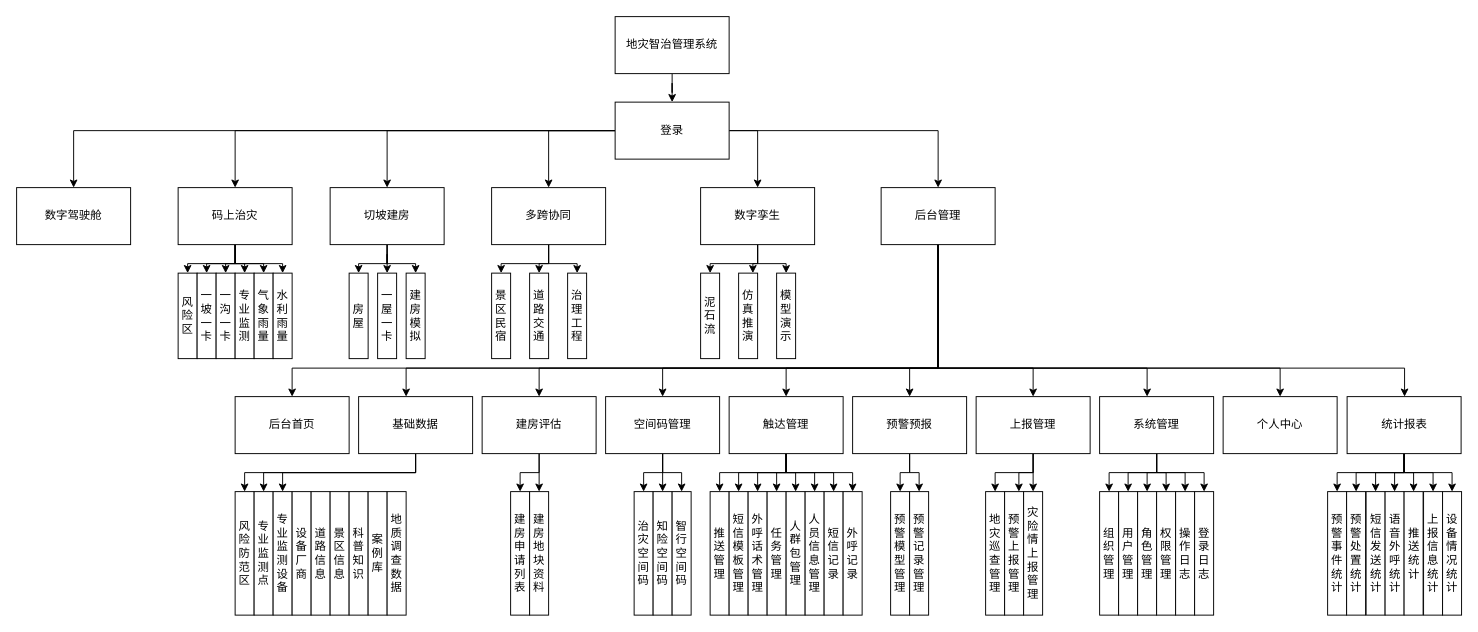
This is 柯城地灾模块结构.drawio from shoacom/docs, a draw.io file, before an edit. Source tidied: cells renumbered, new cells numbered last; positions are measured from the earlier drawing's top-left corner, leaving out a move shared by most shapes. Both pictures are drawn from the tidied source at 95%, with x=0, y=0 at pixel (16, 16).
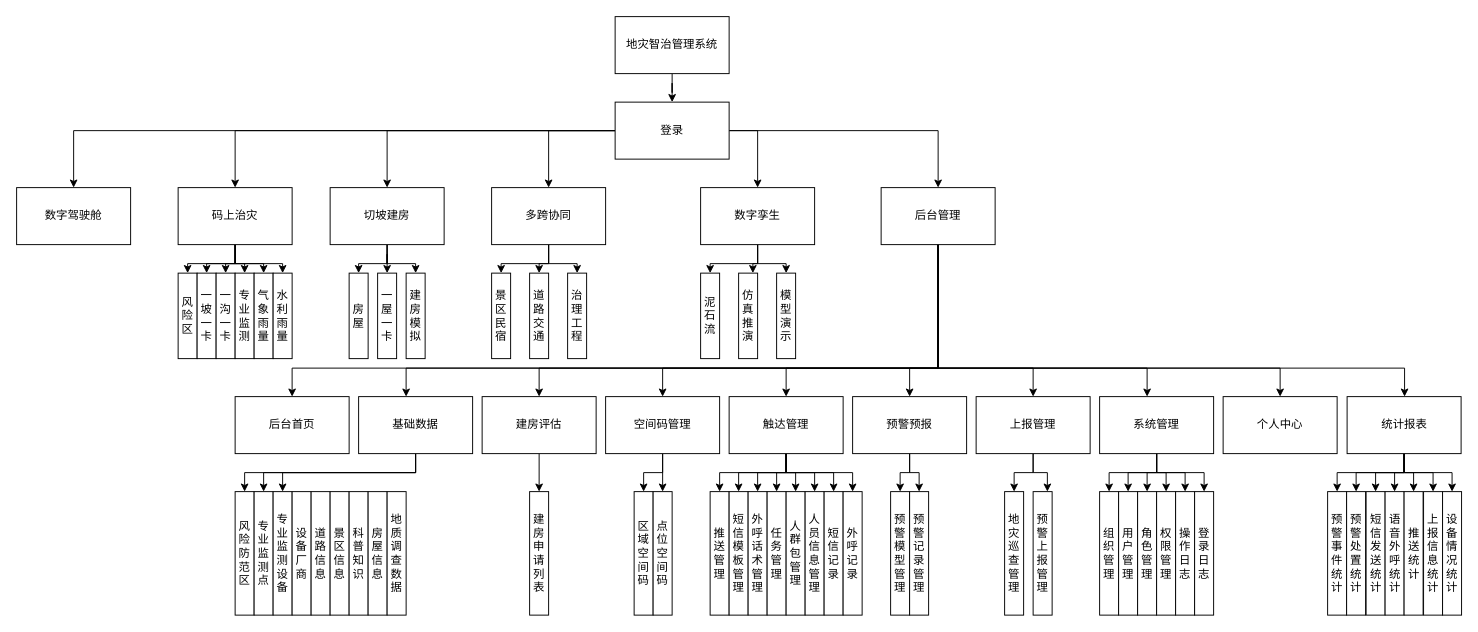
The same diagram, later.

Commit message:
Update 柯城地灾模块结构.drawio

Unchanged cells that the change refers to:
```xml
<mxCell id="49" value="建房评估" style="whiteSpace=wrap;html=1;rounded=0;fillColor=default;strokeColor=default;fontColor=default;" parent="1" vertex="1">
  <mxGeometry x="490" y="400" width="120" height="60" as="geometry" />
</mxCell>
<mxCell id="53" value="空间码管理" style="whiteSpace=wrap;html=1;rounded=0;fillColor=default;strokeColor=default;fontColor=default;" parent="1" vertex="1">
  <mxGeometry x="620" y="400" width="120" height="60" as="geometry" />
</mxCell>
<mxCell id="69" value="上报管理" style="whiteSpace=wrap;html=1;rounded=0;fillColor=default;strokeColor=default;fontColor=default;" parent="1" vertex="1">
  <mxGeometry x="1010" y="400" width="120" height="60" as="geometry" />
</mxCell>
```

What changed in the source:
```diff
@@
-    <mxCell id="48" style="edgeStyle=orthogonalEdgeStyle;rounded=0;jettySize=auto;html=1;labelBackgroundColor=default;fontColor=default;strokeColor=default;" parent="1" edge="1" source="49" target="96">
-      <mxGeometry relative="1" as="geometry" />
-    </mxCell>
@@
-    <mxCell id="52" style="edgeStyle=orthogonalEdgeStyle;rounded=0;jettySize=auto;html=1;labelBackgroundColor=default;fontColor=default;strokeColor=default;exitX=0.5;exitY=1;exitDx=0;exitDy=0;" parent="1" edge="1" source="53" target="99">
-      <mxGeometry relative="1" as="geometry" />
-    </mxCell>
@@
-    <mxCell id="68" style="edgeStyle=orthogonalEdgeStyle;rounded=0;jettySize=auto;html=1;exitX=0.5;exitY=1;exitDx=0;exitDy=0;labelBackgroundColor=default;fontColor=default;strokeColor=default;" parent="1" edge="1" source="69" target="104">
-      <mxGeometry relative="1" as="geometry" />
-    </mxCell>
@@
-    <mxCell id="93" value="案例库" style="whiteSpace=wrap;html=1;rounded=0;fillColor=default;strokeColor=default;fontColor=default;" parent="1" vertex="1">
+    <mxCell id="93" value="房屋信息" style="whiteSpace=wrap;html=1;rounded=0;fillColor=default;strokeColor=default;fontColor=default;" parent="1" vertex="1">
       <mxGeometry x="370" y="500" width="20" height="130" as="geometry" />
     </mxCell>
@@
     <mxCell id="95" value="建房申请列表" style="whiteSpace=wrap;html=1;rounded=0;fillColor=default;strokeColor=default;fontColor=default;" parent="1" vertex="1">
-      <mxGeometry x="520" y="500" width="20" height="130" as="geometry" />
+      <mxGeometry x="540" y="500" width="20" height="130" as="geometry" />
     </mxCell>
-    <mxCell id="96" value="建房地块资料" style="whiteSpace=wrap;html=1;rounded=0;fillColor=default;strokeColor=default;fontColor=default;" parent="1" vertex="1">
-      <mxGeometry x="540" y="500" width="20" height="130" as="geometry" />
-    </mxCell>
-    <mxCell id="97" value="治灾空间码" style="whiteSpace=wrap;html=1;rounded=0;fillColor=default;strokeColor=default;fontColor=default;" parent="1" vertex="1">
+    <mxCell id="97" value="区域空间码" style="whiteSpace=wrap;html=1;rounded=0;fillColor=default;strokeColor=default;fontColor=default;" parent="1" vertex="1">
       <mxGeometry x="650" y="500" width="20" height="130" as="geometry" />
     </mxCell>
-    <mxCell id="98" value="知险空间码" style="whiteSpace=wrap;html=1;rounded=0;fillColor=default;strokeColor=default;fontColor=default;" parent="1" vertex="1">
+    <mxCell id="98" value="点位空间码" style="whiteSpace=wrap;html=1;rounded=0;fillColor=default;strokeColor=default;fontColor=default;" parent="1" vertex="1">
       <mxGeometry x="670" y="500" width="20" height="130" as="geometry" />
     </mxCell>
-    <mxCell id="99" value="智行空间码" style="whiteSpace=wrap;html=1;rounded=0;fillColor=default;strokeColor=default;fontColor=default;" parent="1" vertex="1">
-      <mxGeometry x="690" y="500" width="20" height="130" as="geometry" />
-    </mxCell>
@@
     <mxCell id="102" value="地灾巡查管理" style="whiteSpace=wrap;html=1;rounded=0;fillColor=default;strokeColor=default;fontColor=default;" parent="1" vertex="1">
-      <mxGeometry x="1020" y="500" width="20" height="130" as="geometry" />
+      <mxGeometry x="1040" y="500" width="20" height="130" as="geometry" />
     </mxCell>
     <mxCell id="103" value="预警上报管理" style="whiteSpace=wrap;html=1;rounded=0;fillColor=default;strokeColor=default;fontColor=default;" parent="1" vertex="1">
-      <mxGeometry x="1040" y="500" width="20" height="130" as="geometry" />
+      <mxGeometry x="1070" y="500" width="20" height="130" as="geometry" />
     </mxCell>
-    <mxCell id="104" value="灾险情上报管理" style="whiteSpace=wrap;html=1;rounded=0;fillColor=default;strokeColor=default;fontColor=default;" parent="1" vertex="1">
-      <mxGeometry x="1060" y="500" width="20" height="130" as="geometry" />
-    </mxCell>
```
